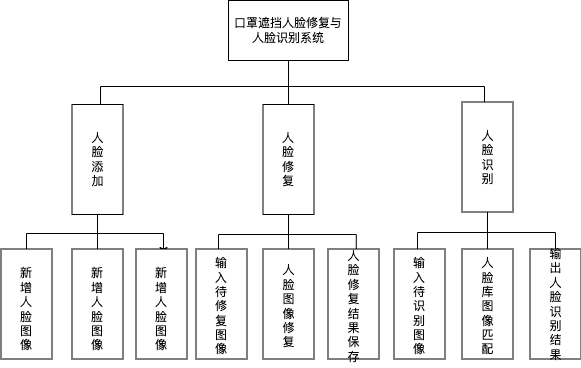
Earlier version of the draw.io export 系统功能模块设计.drawio.png (jtwty/Face_Rec). Source tidied: cells renumbered, new cells last; positions are measured from the earlier drawing's top-left corner, leaving out a move shared by most shapes.
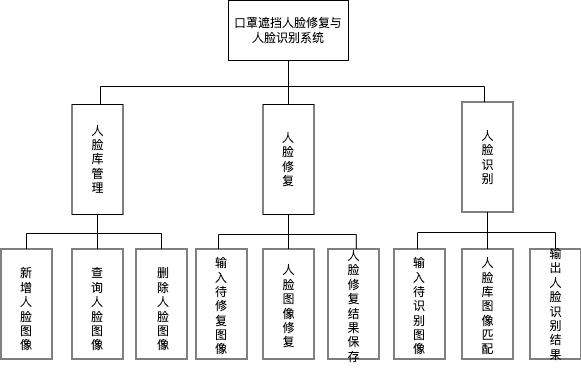
The same diagram one commit later.

Commit message:
更新系统功能模块设计.drawio.png

The edit, as a diff of the source:
```diff
@@ -37,18 +37,18 @@
         </Array>
       </mxGeometry>
     </mxCell>
-    <mxCell id="8" style="edgeStyle=orthogonalEdgeStyle;rounded=0;jettySize=auto;html=1;exitX=1;exitY=0.5;exitDx=0;exitDy=0;entryX=0.591;entryY=-0.062;entryDx=0;entryDy=0;entryPerimeter=0;" parent="1" edge="1" source="9" target="32">
+    <mxCell id="8" style="edgeStyle=orthogonalEdgeStyle;rounded=0;jettySize=auto;html=1;exitX=1;exitY=0.5;exitDx=0;exitDy=0;entryX=1;entryY=0.5;entryDx=0;entryDy=0;" parent="1" edge="1" source="9" target="22">
       <mxGeometry relative="1" as="geometry">
         <Array as="points">
           <mxPoint x="126" y="233" />
-          <mxPoint x="192" y="233" />
+          <mxPoint x="190" y="233" />
         </Array>
       </mxGeometry>
     </mxCell>
     <mxCell id="9" style="rounded=0;whiteSpace=wrap;html=1;rotation=90;" parent="1" vertex="1">
       <mxGeometry x="71" y="133.5" width="110" height="51" as="geometry" />
     </mxCell>
-    <mxCell id="10" value="人脸添加" style="text;html=1;strokeColor=none;fillColor=none;align=center;verticalAlign=middle;whiteSpace=wrap;rounded=0;" parent="1" vertex="1">
+    <mxCell id="10" value="人脸库管理" style="text;html=1;strokeColor=none;fillColor=none;align=center;verticalAlign=middle;whiteSpace=wrap;rounded=0;" parent="1" vertex="1">
       <mxGeometry x="114.5" y="113.5" width="23" height="91" as="geometry" />
     </mxCell>
     <mxCell id="11" style="edgeStyle=none;rounded=0;jettySize=auto;html=1;exitX=1;exitY=0.5;exitDx=0;exitDy=0;" parent="1" edge="1" source="14" target="34">
@@ -131,12 +131,9 @@
     <mxCell id="30" value="新增人脸图像" style="text;html=1;strokeColor=none;fillColor=none;align=center;verticalAlign=middle;whiteSpace=wrap;rounded=0;" parent="1" vertex="1">
       <mxGeometry x="44" y="261" width="22" height="96" as="geometry" />
     </mxCell>
-    <mxCell id="31" value="新增人脸图像" style="text;html=1;strokeColor=none;fillColor=none;align=center;verticalAlign=middle;whiteSpace=wrap;rounded=0;" parent="1" vertex="1">
+    <mxCell id="31" value="查询人脸图像" style="text;html=1;strokeColor=none;fillColor=none;align=center;verticalAlign=middle;whiteSpace=wrap;rounded=0;" parent="1" vertex="1">
       <mxGeometry x="115" y="261" width="22" height="96" as="geometry" />
     </mxCell>
-    <mxCell id="32" value="新增人脸图像" style="text;html=1;strokeColor=none;fillColor=none;align=center;verticalAlign=middle;whiteSpace=wrap;rounded=0;" parent="1" vertex="1">
-      <mxGeometry x="179" y="261" width="22" height="96" as="geometry" />
-    </mxCell>
     <mxCell id="33" value="输入待修复图像" style="text;html=1;strokeColor=none;fillColor=none;align=center;verticalAlign=middle;whiteSpace=wrap;rounded=0;" parent="1" vertex="1">
       <mxGeometry x="238" y="245" width="24" height="122" as="geometry" />
     </mxCell>
@@ -155,5 +152,8 @@
     <mxCell id="38" value="输出人脸识别结果" style="text;html=1;strokeColor=none;fillColor=none;align=center;verticalAlign=middle;whiteSpace=wrap;rounded=0;" parent="1" vertex="1">
       <mxGeometry x="580.5" y="271.5" width="7" height="64" as="geometry" />
     </mxCell>
+    <mxCell id="39" value="删除人脸图像" style="text;html=1;strokeColor=none;fillColor=none;align=center;verticalAlign=middle;whiteSpace=wrap;rounded=0;" parent="1" vertex="1">
+      <mxGeometry x="181" y="261" width="22" height="96" as="geometry" />
+    </mxCell>
   </root>
 </mxGraphModel>
```
